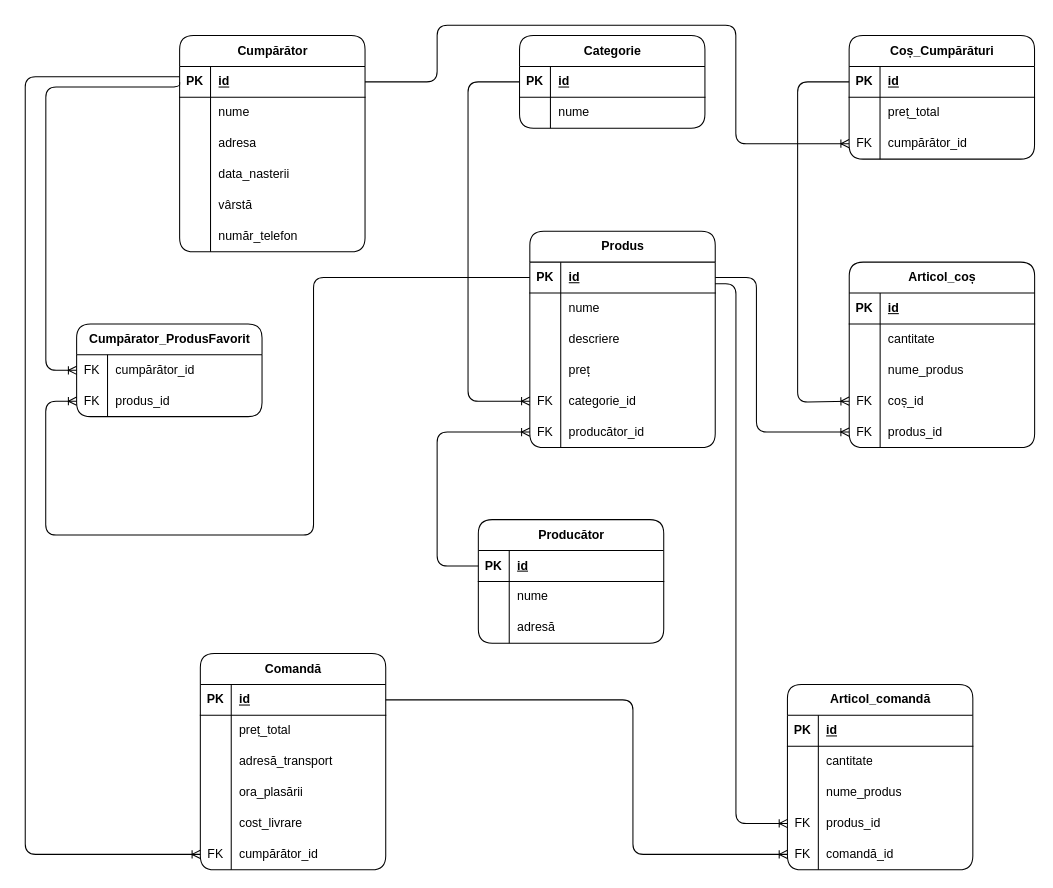
ErikaRusznak/piazza-ecommerce keeps this draw.io diagram as page "database logic model - nenorm" (7 of 9) of use_case_diagram.drawio. Above is the earlier version. Source tidied: cells renumbered, new cells numbered last; positions are measured from the earlier drawing's top-left corner, leaving out a move shared by most shapes. Both pictures are drawn from the tidied source at 103%, with x=0, y=0 at pixel (25, 25).
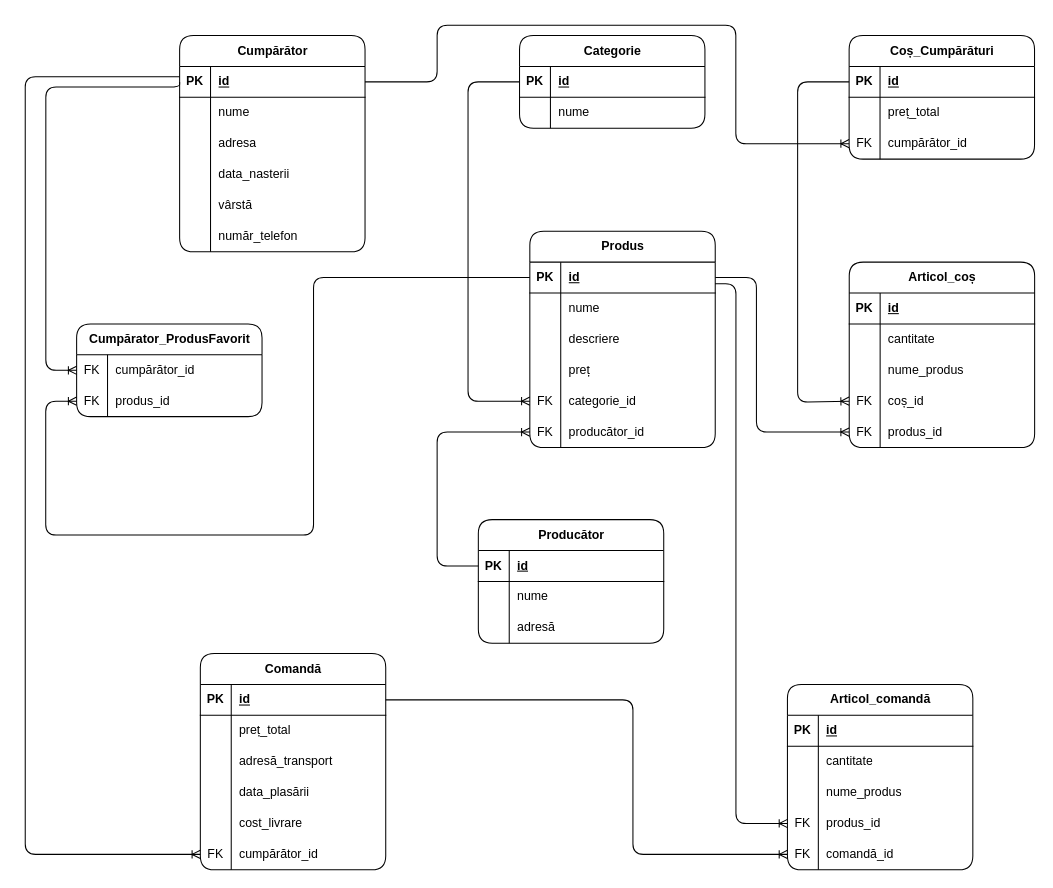
The same page after the edit.

Unchanged cells that the change refers to:
```xml
<mxCell id="130" style="shape=tableRow;horizontal=0;startSize=0;swimlaneHead=0;swimlaneBody=0;fillColor=none;top=0;left=0;right=0;bottom=0;" parent="120" vertex="1">
  <mxGeometry y="120" width="180" height="30" as="geometry" />
</mxCell>
```

Diff of the diagram source:
```diff
@@
-    <mxCell id="132" value="ora_plasării" style="shape=partialRectangle;fillColor=none;top=0;left=0;bottom=0;right=0;align=left;spacingLeft=6;overflow=hidden;whiteSpace=wrap;html=1;" parent="130" vertex="1">
+    <mxCell id="132" value="data_plasării" style="shape=partialRectangle;fillColor=none;top=0;left=0;bottom=0;right=0;align=left;spacingLeft=6;overflow=hidden;whiteSpace=wrap;html=1;" parent="130" vertex="1">
       <mxGeometry x="30" width="150" height="30" as="geometry" />
     </mxCell>
```
